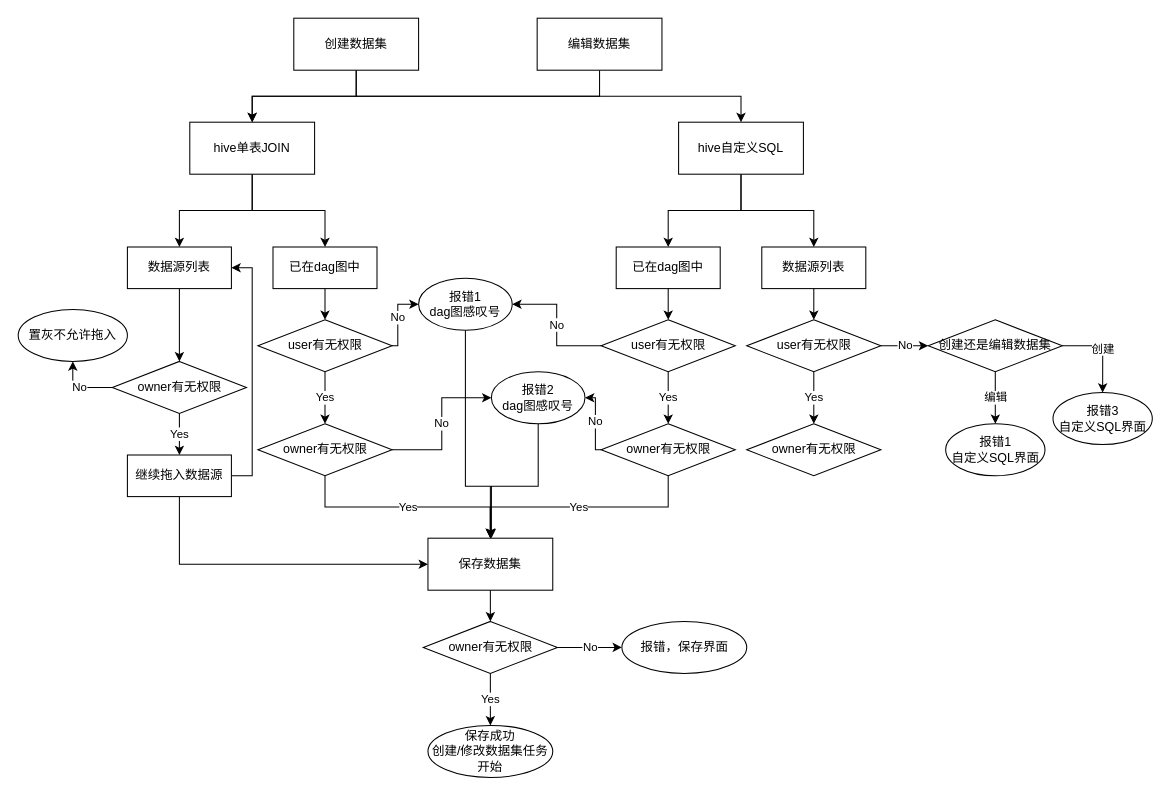
Above: privilege.drawio in cai2yy/armot (draw.io), before the change. Source tidied: cells renumbered, new cells numbered last; positions are measured from the earlier drawing's top-left corner, leaving out a move shared by most shapes. Both pictures are drawn from the tidied source at 104%, with x=0, y=0 at pixel (18, 18).
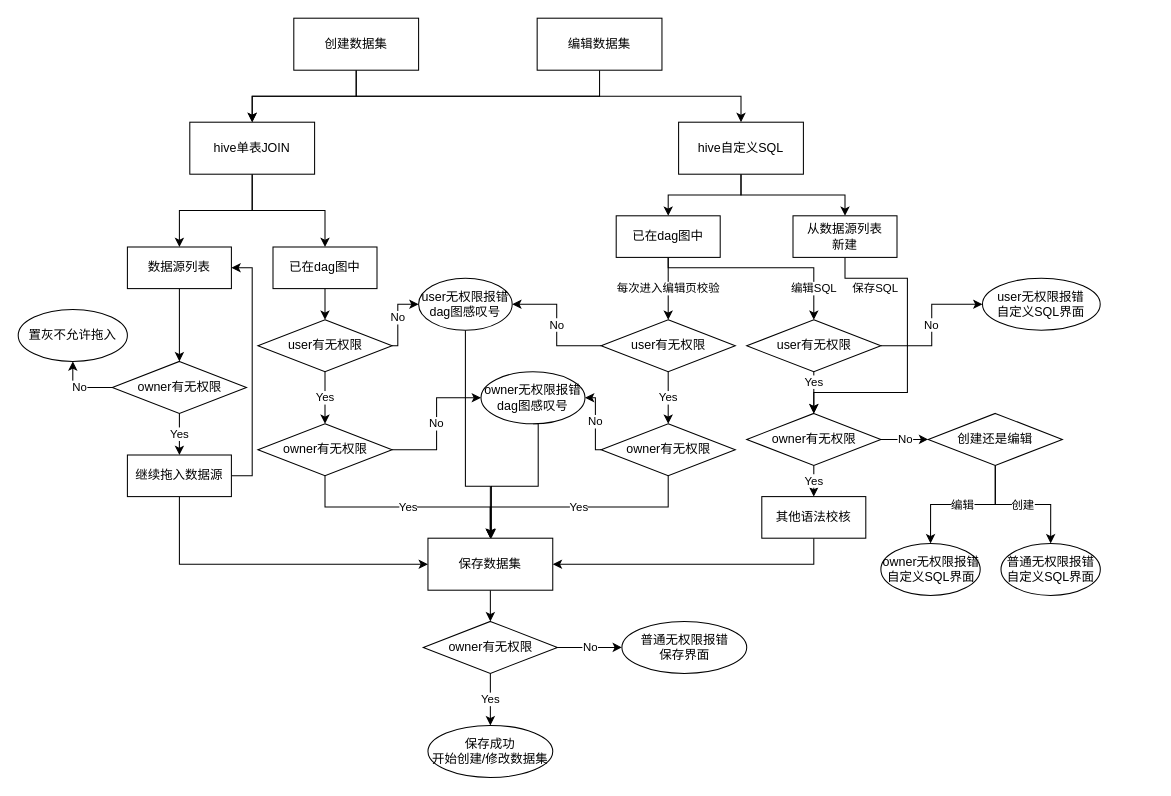
The same page after the edit.

Unchanged cells that the change refers to:
```xml
<mxCell id="19" value="保存数据集" style="rounded=0;whiteSpace=wrap;html=1;" parent="1" vertex="1">
  <mxGeometry x="394" y="500" width="120" height="50" as="geometry" />
</mxCell>
<mxCell id="24" value="user有无权限" style="rhombus;whiteSpace=wrap;html=1;" parent="1" vertex="1">
  <mxGeometry x="560.5" y="290" width="129" height="50" as="geometry" />
</mxCell>
<mxCell id="56" value="user有无权限" style="rhombus;whiteSpace=wrap;html=1;" parent="1" vertex="1">
  <mxGeometry x="700.5" y="290" width="129" height="50" as="geometry" />
</mxCell>
```

The edit, as a diff of the source:
```diff
@@
-    <mxCell id="17" value="报错1&lt;br&gt;dag图感叹号" style="ellipse;whiteSpace=wrap;html=1;" parent="1" vertex="1">
+    <mxCell id="17" value="user无权限报错&lt;br&gt;dag图感叹号" style="ellipse;whiteSpace=wrap;html=1;" parent="1" vertex="1">
       <mxGeometry x="385" y="250" width="90" height="50" as="geometry" />
     </mxCell>
@@
-    <mxCell id="20" value="报错，保存界面" style="ellipse;whiteSpace=wrap;html=1;" parent="1" vertex="1">
+    <mxCell id="20" value="普通无权限报错&lt;br&gt;保存界面" style="ellipse;whiteSpace=wrap;html=1;" parent="1" vertex="1">
       <mxGeometry x="580.5" y="580" width="120" height="50" as="geometry" />
     </mxCell>
@@
-    <mxCell id="25" value="报错1&lt;br&gt;自定义SQL界面" style="ellipse;whiteSpace=wrap;html=1;" parent="1" vertex="1">
-      <mxGeometry x="891.8" y="390" width="95.5" height="50" as="geometry" />
+    <mxCell id="25" value="owner无权限报错&lt;br&gt;自定义SQL界面" style="ellipse;whiteSpace=wrap;html=1;" parent="1" vertex="1">
+      <mxGeometry x="829.5" y="505" width="95.5" height="50" as="geometry" />
     </mxCell>
@@
-    <mxCell id="30" style="edgeStyle=orthogonalEdgeStyle;rounded=0;jettySize=auto;html=1;exitX=0.5;exitY=1;exitDx=0;exitDy=0;entryX=0.5;entryY=0;entryDx=0;entryDy=0;" parent="1" edge="1" source="31" target="24">
+    <mxCell id="30" value="每次进入编辑页校验" style="edgeStyle=orthogonalEdgeStyle;rounded=0;jettySize=auto;html=1;exitX=0.5;exitY=1;exitDx=0;exitDy=0;entryX=0.5;entryY=0;entryDx=0;entryDy=0;" parent="1" edge="1" source="31" target="24">
       <mxGeometry relative="1" as="geometry" />
     </mxCell>
+    <mxCell id="60" value="编辑SQL" style="edgeStyle=orthogonalEdgeStyle;rounded=0;jettySize=auto;html=1;entryX=0.5;entryY=0;entryDx=0;entryDy=0;" parent="1" edge="1" source="31" target="56">
+      <mxGeometry x="0.7" relative="1" as="geometry">
+        <Array as="points">
+          <mxPoint x="625" y="240" />
+          <mxPoint x="765" y="240" />
+        </Array>
+      </mxGeometry>
+    </mxCell>
     <mxCell id="31" value="已在dag图中" style="rounded=0;whiteSpace=wrap;html=1;" parent="1" vertex="1">
-      <mxGeometry x="575" y="220" width="100" height="40" as="geometry" />
+      <mxGeometry x="575" y="190" width="100" height="40" as="geometry" />
     </mxCell>
-    <mxCell id="32" style="edgeStyle=orthogonalEdgeStyle;rounded=0;jettySize=auto;html=1;exitX=0.5;exitY=1;exitDx=0;exitDy=0;entryX=0.5;entryY=0;entryDx=0;entryDy=0;" parent="1" edge="1" source="33" target="56">
-      <mxGeometry relative="1" as="geometry" />
+    <mxCell id="32" value="保存SQL" style="edgeStyle=orthogonalEdgeStyle;rounded=0;jettySize=auto;html=1;exitX=0.5;exitY=1;exitDx=0;exitDy=0;entryX=0.5;entryY=0;entryDx=0;entryDy=0;" parent="1" edge="1" source="33" target="57">
+      <mxGeometry x="-0.67" y="-10" relative="1" as="geometry">
+        <Array as="points">
+          <mxPoint x="795" y="250" />
+          <mxPoint x="855" y="250" />
+          <mxPoint x="855" y="360" />
+          <mxPoint x="765" y="360" />
+        </Array>
+      </mxGeometry>
     </mxCell>
-    <mxCell id="33" value="数据源列表" style="rounded=0;whiteSpace=wrap;html=1;" parent="1" vertex="1">
-      <mxGeometry x="715" y="220" width="100" height="40" as="geometry" />
+    <mxCell id="33" value="从数据源列表&lt;br&gt;新建" style="rounded=0;whiteSpace=wrap;html=1;" parent="1" vertex="1">
+      <mxGeometry x="745" y="190" width="100" height="40" as="geometry" />
     </mxCell>
@@
-    <mxCell id="41" value="创建" style="edgeStyle=orthogonalEdgeStyle;rounded=0;jettySize=auto;html=1;exitX=1;exitY=0.5;exitDx=0;exitDy=0;entryX=0.5;entryY=0;entryDx=0;entryDy=0;" parent="1" edge="1" source="42" target="43">
+    <mxCell id="41" value="创建" style="edgeStyle=orthogonalEdgeStyle;rounded=0;jettySize=auto;html=1;exitX=0.5;exitY=1;exitDx=0;exitDy=0;entryX=0.5;entryY=0;entryDx=0;entryDy=0;" parent="1" edge="1" source="42" target="43">
       <mxGeometry relative="1" as="geometry" />
     </mxCell>
-    <mxCell id="42" value="创建还是编辑数据集" style="rhombus;whiteSpace=wrap;html=1;" parent="1" vertex="1">
-      <mxGeometry x="875" y="290" width="129" height="50" as="geometry" />
+    <mxCell id="42" value="创建还是编辑" style="rhombus;whiteSpace=wrap;html=1;" parent="1" vertex="1">
+      <mxGeometry x="875" y="380" width="129" height="50" as="geometry" />
     </mxCell>
-    <mxCell id="43" value="报错3&lt;br&gt;自定义SQL界面" style="ellipse;whiteSpace=wrap;html=1;" parent="1" vertex="1">
-      <mxGeometry x="995" y="360" width="95.5" height="50" as="geometry" />
+    <mxCell id="43" value="普通无权限报错&lt;br&gt;自定义SQL界面" style="ellipse;whiteSpace=wrap;html=1;" parent="1" vertex="1">
+      <mxGeometry x="945" y="505" width="95.5" height="50" as="geometry" />
     </mxCell>
@@
-    <mxCell id="47" value="保存成功&lt;br&gt;创建/修改数据集任务开始" style="ellipse;whiteSpace=wrap;html=1;" parent="1" vertex="1">
+    <mxCell id="47" value="保存成功&lt;br&gt;开始创建/修改数据集" style="ellipse;whiteSpace=wrap;html=1;" parent="1" vertex="1">
       <mxGeometry x="394" y="680" width="120" height="50" as="geometry" />
     </mxCell>
@@
     <mxCell id="54" value="Yes" style="edgeStyle=orthogonalEdgeStyle;rounded=0;jettySize=auto;html=1;exitX=0.5;exitY=1;exitDx=0;exitDy=0;entryX=0.5;entryY=0;entryDx=0;entryDy=0;" parent="1" edge="1" source="56" target="57">
-      <mxGeometry relative="1" as="geometry" />
+      <mxGeometry x="-0.5" relative="1" as="geometry" />
     </mxCell>
-    <mxCell id="55" value="No" style="edgeStyle=orthogonalEdgeStyle;rounded=0;jettySize=auto;html=1;exitX=1;exitY=0.5;exitDx=0;exitDy=0;entryX=0;entryY=0.5;entryDx=0;entryDy=0;" parent="1" edge="1" source="56" target="42">
-      <mxGeometry relative="1" as="geometry" />
-    </mxCell>
+    <mxCell id="61" value="No" style="edgeStyle=orthogonalEdgeStyle;rounded=0;jettySize=auto;html=1;exitX=1;exitY=0.5;exitDx=0;exitDy=0;entryX=0;entryY=0.5;entryDx=0;entryDy=0;" parent="1" edge="1" source="56" target="66">
+      <mxGeometry relative="1" as="geometry" />
+    </mxCell>
@@
+    <mxCell id="62" value="Yes" style="edgeStyle=orthogonalEdgeStyle;rounded=0;jettySize=auto;html=1;exitX=0.5;exitY=1;exitDx=0;exitDy=0;entryX=0.5;entryY=0;entryDx=0;entryDy=0;" parent="1" edge="1" source="57" target="65">
+      <mxGeometry relative="1" as="geometry" />
+    </mxCell>
+    <mxCell id="63" value="No" style="edgeStyle=orthogonalEdgeStyle;rounded=0;jettySize=auto;html=1;exitX=1;exitY=0.5;exitDx=0;exitDy=0;entryX=0;entryY=0.5;entryDx=0;entryDy=0;" parent="1" edge="1" source="57" target="42">
+      <mxGeometry relative="1" as="geometry" />
+    </mxCell>
     <mxCell id="57" value="owner有无权限" style="rhombus;whiteSpace=wrap;html=1;" parent="1" vertex="1">
-      <mxGeometry x="700.5" y="390" width="129" height="50" as="geometry" />
+      <mxGeometry x="700.5" y="380" width="129" height="50" as="geometry" />
     </mxCell>
@@
-    <mxCell id="59" value="报错2&lt;br&gt;dag图感叹号" style="ellipse;whiteSpace=wrap;html=1;" parent="1" vertex="1">
-      <mxGeometry x="455" y="340" width="90" height="50" as="geometry" />
+    <mxCell id="59" value="owner无权限报错&lt;br&gt;dag图感叹号" style="ellipse;whiteSpace=wrap;html=1;" parent="1" vertex="1">
+      <mxGeometry x="445" y="340" width="100" height="50" as="geometry" />
     </mxCell>
+    <mxCell id="64" style="edgeStyle=orthogonalEdgeStyle;rounded=0;jettySize=auto;html=1;exitX=0.5;exitY=1;exitDx=0;exitDy=0;entryX=1;entryY=0.5;entryDx=0;entryDy=0;" parent="1" edge="1" source="65" target="19">
+      <mxGeometry relative="1" as="geometry" />
+    </mxCell>
+    <mxCell id="65" value="其他语法校核" style="rounded=0;whiteSpace=wrap;html=1;" parent="1" vertex="1">
+      <mxGeometry x="715" y="460" width="100" height="40" as="geometry" />
+    </mxCell>
+    <mxCell id="66" value="user无权限报错&lt;br&gt;自定义SQL界面" style="ellipse;whiteSpace=wrap;html=1;" parent="1" vertex="1">
+      <mxGeometry x="927.2" y="250" width="113.2" height="50" as="geometry" />
+    </mxCell>
```
